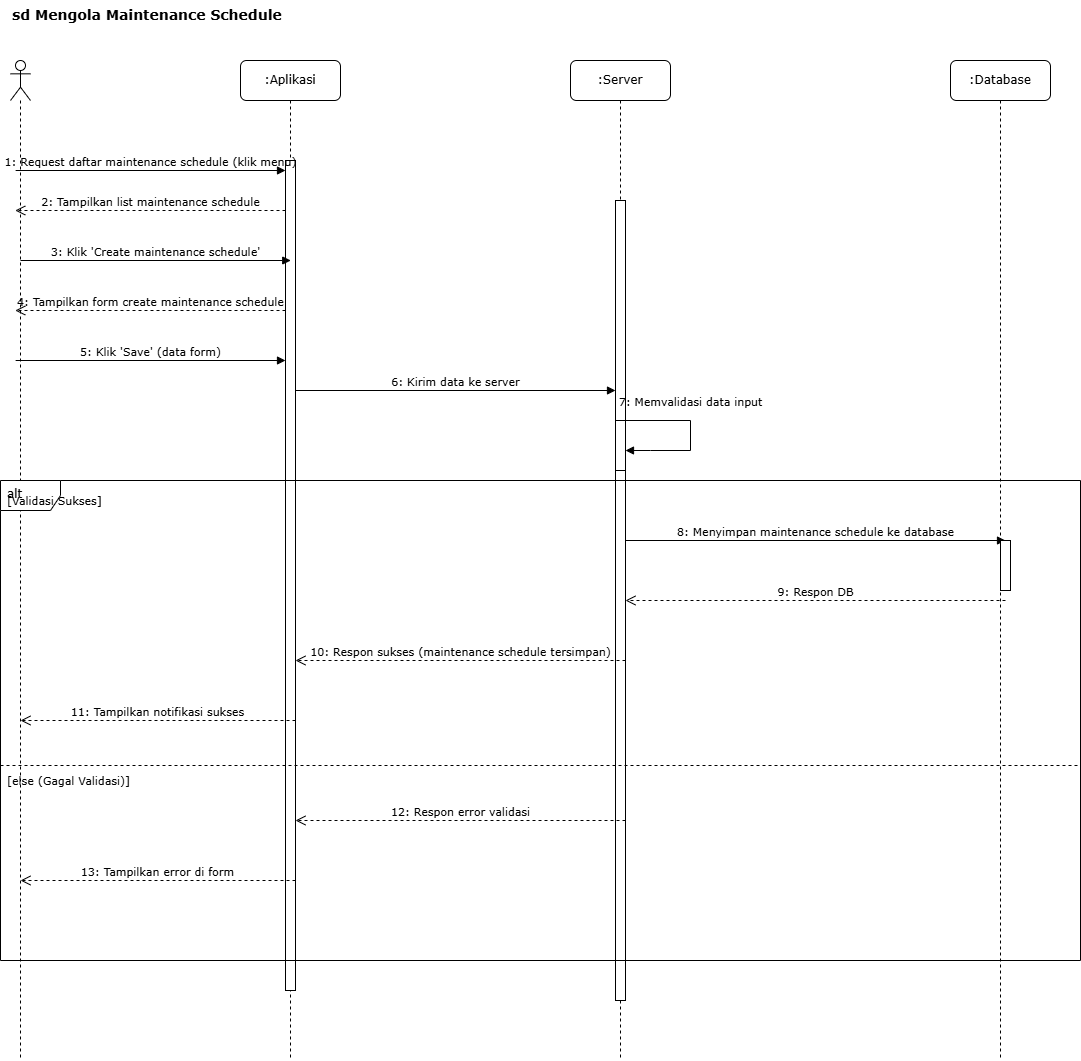
This is Diagram/sequence-diagram-skripsi-mengelola-jadwal-maintenance.drawio.png from Rizz404/SKRIPSI_V2, a draw.io export, as it was before one commit. Source tidied: cells renumbered, new cells last; positions are measured from the earlier drawing's top-left corner, leaving out a move shared by most shapes.
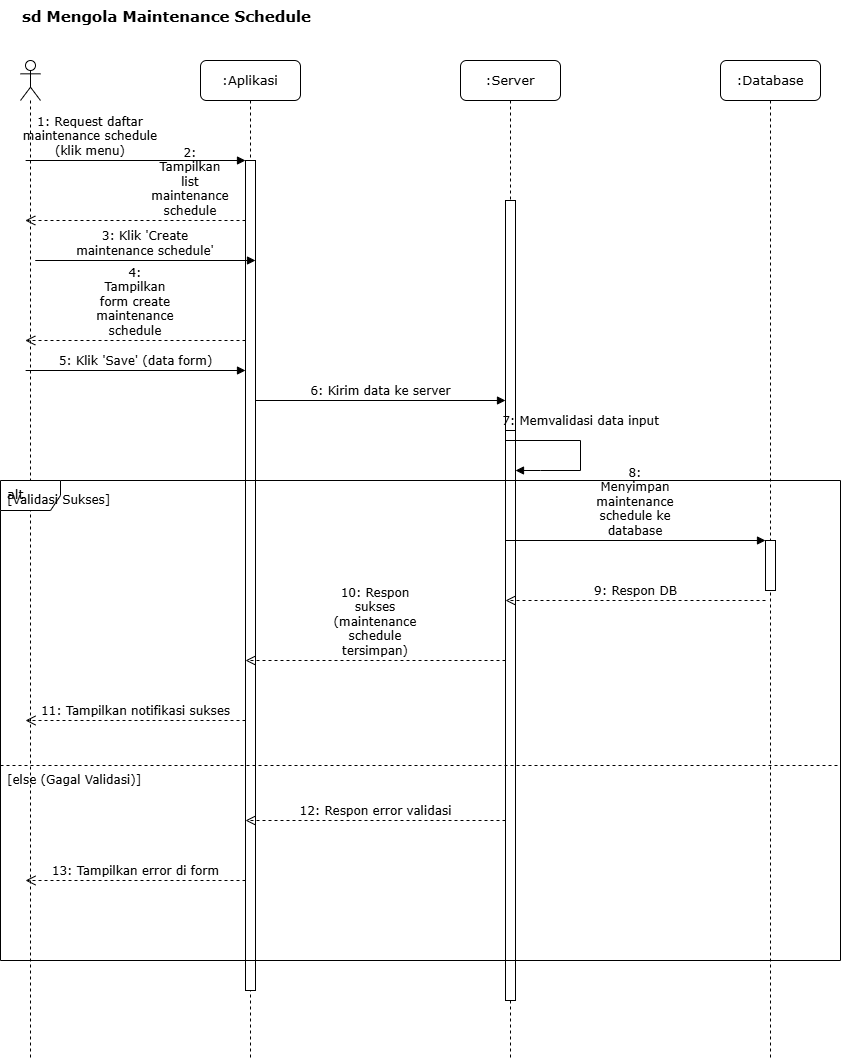
Above is the later version.

What changed in the source:
```diff
@@ -2,128 +2,128 @@
   <root>
     <mxCell id="0" />
     <mxCell id="1" parent="0" />
-    <mxCell id="2" value="sd Mengola Maintenance Schedule" style="text;html=1;strokeColor=none;fillColor=none;align=left;verticalAlign=top;whiteSpace=wrap;rounded=0;fontFamily=Verdana;fontSize=14;fontStyle=1;" parent="1" vertex="1">
-      <mxGeometry x="10" width="500" height="30" as="geometry" />
+    <mxCell id="2" value="sd Mengola Maintenance Schedule" style="text;html=1;strokeColor=none;fillColor=none;align=left;verticalAlign=top;whiteSpace=wrap;rounded=0;fontFamily=Verdana;fontSize=15;fontStyle=1;" parent="1" vertex="1">
+      <mxGeometry x="-70" width="500" height="30" as="geometry" />
     </mxCell>
     <mxCell id="3" style="shape=umlLifeline;perimeter=lifelinePerimeter;whiteSpace=wrap;html=1;newEdgeStyle={&quot;curved&quot;:0,&quot;rounded&quot;:0};participant=umlActor;" parent="1" vertex="1">
-      <mxGeometry x="10" y="60" width="20" height="1000" as="geometry" />
+      <mxGeometry x="-70" y="60" width="20" height="1000" as="geometry" />
     </mxCell>
-    <mxCell id="4" value=":Aplikasi" style="shape=umlLifeline;perimeter=lifelinePerimeter;whiteSpace=wrap;html=1;rounded=1;shadow=0;comic=0;labelBackgroundColor=none;strokeWidth=1;fontFamily=Verdana;fontSize=12;align=center;" parent="1" vertex="1">
-      <mxGeometry x="240" y="60" width="100" height="1000" as="geometry" />
+    <mxCell id="4" value=":Aplikasi" style="shape=umlLifeline;perimeter=lifelinePerimeter;whiteSpace=wrap;html=1;rounded=1;shadow=0;comic=0;labelBackgroundColor=none;strokeWidth=1;fontFamily=Verdana;fontSize=13;align=center;" parent="1" vertex="1">
+      <mxGeometry x="110" y="60" width="100" height="1000" as="geometry" />
     </mxCell>
+    <mxCell id="13" value="5: Klik 'Save' (data form)" style="html=1;verticalAlign=bottom;labelBackgroundColor=none;endArrow=block;rounded=0;fontFamily=Verdana;fontSize=12;" parent="4" edge="1">
+      <mxGeometry relative="1" as="geometry">
+        <mxPoint x="-174.9" y="310" as="sourcePoint" />
+        <mxPoint x="45" y="310" as="targetPoint" />
+      </mxGeometry>
+    </mxCell>
-    <mxCell id="5" value=":Server" style="shape=umlLifeline;perimeter=lifelinePerimeter;whiteSpace=wrap;html=1;rounded=1;shadow=0;comic=0;labelBackgroundColor=none;strokeWidth=1;fontFamily=Verdana;fontSize=12;align=center;" parent="1" vertex="1">
-      <mxGeometry x="570" y="60" width="100" height="1000" as="geometry" />
+    <mxCell id="5" value=":Server" style="shape=umlLifeline;perimeter=lifelinePerimeter;whiteSpace=wrap;html=1;rounded=1;shadow=0;comic=0;labelBackgroundColor=none;strokeWidth=1;fontFamily=Verdana;fontSize=13;align=center;" parent="1" vertex="1">
+      <mxGeometry x="370" y="60" width="100" height="1000" as="geometry" />
     </mxCell>
     <mxCell id="6" style="html=1;perimeter=orthogonalPerimeter;fillColor=#ffffff;strokeColor=#000000;strokeWidth=1;" parent="5" vertex="1">
       <mxGeometry x="45" y="140" width="10" height="800" as="geometry" />
     </mxCell>
+    <mxCell id="15" style="html=1;perimeter=orthogonalPerimeter;fillColor=#ffffff;strokeColor=#000000;strokeWidth=1;" parent="5" vertex="1">
+      <mxGeometry x="45" y="370" width="10" height="50" as="geometry" />
+    </mxCell>
+    <mxCell id="16" value="7: Memvalidasi data input" style="html=1;verticalAlign=bottom;endArrow=block;curved=0;labelBackgroundColor=none;fontFamily=Verdana;fontSize=12;rounded=0;" parent="5" edge="1">
+      <mxGeometry x="-0.12" y="-10" relative="1" as="geometry">
+        <mxPoint x="45" y="380" as="sourcePoint" />
+        <mxPoint x="55" y="410" as="targetPoint" />
+        <Array as="points">
+          <mxPoint x="120" y="380" />
+          <mxPoint x="120" y="410" />
+          <mxPoint x="80" y="410" />
+        </Array>
+        <mxPoint x="10" y="-10" as="offset" />
+      </mxGeometry>
+    </mxCell>
-    <mxCell id="7" value=":Database" style="shape=umlLifeline;perimeter=lifelinePerimeter;whiteSpace=wrap;html=1;rounded=1;shadow=0;comic=0;labelBackgroundColor=none;strokeWidth=1;fontFamily=Verdana;fontSize=12;align=center;" parent="1" vertex="1">
-      <mxGeometry x="950" y="60" width="100" height="1000" as="geometry" />
+    <mxCell id="7" value=":Database" style="shape=umlLifeline;perimeter=lifelinePerimeter;whiteSpace=wrap;html=1;rounded=1;shadow=0;comic=0;labelBackgroundColor=none;strokeWidth=1;fontFamily=Verdana;fontSize=13;align=center;" parent="1" vertex="1">
+      <mxGeometry x="630" y="60" width="100" height="1000" as="geometry" />
     </mxCell>
     <mxCell id="8" style="html=1;perimeter=orthogonalPerimeter;fillColor=#ffffff;strokeColor=#000000;strokeWidth=1;" parent="1" vertex="1">
-      <mxGeometry x="285" y="160" width="10" height="830" as="geometry" />
+      <mxGeometry x="155" y="160" width="10" height="830" as="geometry" />
     </mxCell>
-    <mxCell id="9" value="1: Request daftar maintenance schedule (klik menu)" style="html=1;verticalAlign=bottom;labelBackgroundColor=none;endArrow=block;rounded=0;fontFamily=Verdana;fontSize=11;" parent="1" edge="1">
-      <mxGeometry relative="1" as="geometry">
-        <mxPoint x="15.1" y="170" as="sourcePoint" />
-        <mxPoint x="285" y="170" as="targetPoint" />
+    <mxCell id="9" value="1: Request daftar maintenance schedule (klik menu)" style="html=1;verticalAlign=bottom;labelBackgroundColor=none;endArrow=block;rounded=0;fontFamily=Verdana;fontSize=12;whiteSpace=wrap;" parent="1" edge="1">
+      <mxGeometry x="-0.41" relative="1" as="geometry">
+        <mxPoint x="-64.9" y="160" as="sourcePoint" />
+        <mxPoint x="155" y="160" as="targetPoint" />
       </mxGeometry>
     </mxCell>
-    <mxCell id="10" value="2: Tampilkan list maintenance schedule" style="html=1;verticalAlign=bottom;endArrow=open;dashed=1;endSize=8;labelBackgroundColor=none;fontFamily=Verdana;fontSize=11;" parent="1" edge="1">
-      <mxGeometry relative="1" as="geometry">
-        <mxPoint x="285" y="210" as="sourcePoint" />
-        <mxPoint x="14.8" y="210" as="targetPoint" />
+    <mxCell id="10" value="2: Tampilkan list maintenance schedule" style="html=1;verticalAlign=bottom;endArrow=open;dashed=1;endSize=8;labelBackgroundColor=none;fontFamily=Verdana;fontSize=12;whiteSpace=wrap;" parent="1" edge="1">
+      <mxGeometry x="-0.5" relative="1" as="geometry">
+        <mxPoint x="155" y="220" as="sourcePoint" />
+        <mxPoint x="-65.2" y="220" as="targetPoint" />
       </mxGeometry>
     </mxCell>
-    <mxCell id="11" value="3: Klik 'Create maintenance schedule'" style="html=1;verticalAlign=bottom;labelBackgroundColor=none;endArrow=block;rounded=0;fontFamily=Verdana;fontSize=11;" parent="1" edge="1">
+    <mxCell id="11" value="3: Klik 'Create maintenance schedule'" style="html=1;verticalAlign=bottom;labelBackgroundColor=none;endArrow=block;rounded=0;fontFamily=Verdana;fontSize=12;whiteSpace=wrap;" parent="1" edge="1">
       <mxGeometry relative="1" as="geometry">
-        <mxPoint x="20" y="260" as="sourcePoint" />
-        <mxPoint x="290.2" y="260" as="targetPoint" />
+        <mxPoint x="-55.2" y="260" as="sourcePoint" />
+        <mxPoint x="165" y="260" as="targetPoint" />
       </mxGeometry>
     </mxCell>
-    <mxCell id="12" value="4: Tampilkan form create maintenance schedule" style="html=1;verticalAlign=bottom;endArrow=open;dashed=1;endSize=8;labelBackgroundColor=none;fontFamily=Verdana;fontSize=11;" parent="1" edge="1">
+    <mxCell id="12" value="4: Tampilkan form create maintenance schedule" style="html=1;verticalAlign=bottom;endArrow=open;dashed=1;endSize=8;labelBackgroundColor=none;fontFamily=Verdana;fontSize=12;whiteSpace=wrap;" parent="1" edge="1">
       <mxGeometry relative="1" as="geometry">
-        <mxPoint x="285" y="310" as="sourcePoint" />
-        <mxPoint x="14.8" y="310" as="targetPoint" />
+        <mxPoint x="155" y="340" as="sourcePoint" />
+        <mxPoint x="-65.2" y="340" as="targetPoint" />
       </mxGeometry>
     </mxCell>
-    <mxCell id="13" value="5: Klik 'Save' (data form)" style="html=1;verticalAlign=bottom;labelBackgroundColor=none;endArrow=block;rounded=0;fontFamily=Verdana;fontSize=11;" parent="1" edge="1">
-      <mxGeometry relative="1" as="geometry">
-        <mxPoint x="15.1" y="360" as="sourcePoint" />
-        <mxPoint x="285" y="360" as="targetPoint" />
-      </mxGeometry>
-    </mxCell>
-    <mxCell id="14" value="6: Kirim data ke server" style="html=1;verticalAlign=bottom;endArrow=block;labelBackgroundColor=none;fontFamily=Verdana;fontSize=11;" parent="1" edge="1">
+    <mxCell id="14" value="6: Kirim data ke server" style="html=1;verticalAlign=bottom;endArrow=block;labelBackgroundColor=none;fontFamily=Verdana;fontSize=12;" parent="1" edge="1">
       <mxGeometry relative="1" as="geometry">
-        <mxPoint x="295" y="390" as="sourcePoint" />
-        <mxPoint x="615" y="390" as="targetPoint" />
+        <mxPoint x="165" y="400" as="sourcePoint" />
+        <mxPoint x="415" y="400" as="targetPoint" />
       </mxGeometry>
     </mxCell>
-    <mxCell id="15" style="html=1;perimeter=orthogonalPerimeter;fillColor=#ffffff;strokeColor=#000000;strokeWidth=1;" parent="1" vertex="1">
-      <mxGeometry x="615" y="420" width="10" height="50" as="geometry" />
-    </mxCell>
-    <mxCell id="16" value="7: Memvalidasi data input" style="html=1;verticalAlign=bottom;endArrow=block;curved=0;labelBackgroundColor=none;fontFamily=Verdana;fontSize=11;rounded=0;" parent="1" edge="1">
-      <mxGeometry x="-0.12" y="-10" relative="1" as="geometry">
-        <mxPoint x="615" y="420" as="sourcePoint" />
-        <mxPoint x="625" y="450" as="targetPoint" />
-        <Array as="points">
-          <mxPoint x="690" y="420" />
-          <mxPoint x="690" y="450" />
-          <mxPoint x="650" y="450" />
-        </Array>
-        <mxPoint x="10" y="-10" as="offset" />
-      </mxGeometry>
-    </mxCell>
-    <mxCell id="17" value="alt" style="shape=umlFrame;whiteSpace=wrap;html=1;verticalAlign=top;align=left;spacingLeft=5;fontFamily=Verdana;fontSize=12;" parent="1" vertex="1">
-      <mxGeometry y="480" width="1080" height="480" as="geometry" />
+    <mxCell id="17" value="alt" style="shape=umlFrame;whiteSpace=wrap;html=1;verticalAlign=top;align=left;spacingLeft=5;fontFamily=Verdana;fontSize=13;" parent="1" vertex="1">
+      <mxGeometry x="-90" y="480" width="840" height="480" as="geometry" />
     </mxCell>
-    <mxCell id="18" value="[Validasi Sukses]" style="text;html=1;align=left;verticalAlign=middle;strokeColor=none;fillColor=none;fontFamily=Verdana;fontSize=11;" parent="17" vertex="1">
-      <mxGeometry x="5" y="5" width="110" height="30" as="geometry" />
+    <mxCell id="18" value="[Validasi Sukses]" style="text;html=1;align=left;verticalAlign=middle;strokeColor=none;fillColor=none;fontFamily=Verdana;fontSize=12;" parent="17" vertex="1">
+      <mxGeometry x="5" y="5" width="120" height="30" as="geometry" />
     </mxCell>
-    <mxCell id="19" value="8: Menyimpan maintenance schedule ke database" style="html=1;verticalAlign=bottom;endArrow=block;labelBackgroundColor=none;fontFamily=Verdana;fontSize=11;" parent="17" edge="1">
+    <mxCell id="19" value="8: Menyimpan maintenance schedule ke database" style="html=1;verticalAlign=bottom;endArrow=block;labelBackgroundColor=none;fontFamily=Verdana;fontSize=12;whiteSpace=wrap;" parent="17" edge="1">
       <mxGeometry relative="1" as="geometry">
-        <mxPoint x="625" y="60" as="sourcePoint" />
-        <mxPoint x="1005" y="60" as="targetPoint" />
+        <mxPoint x="505" y="60" as="sourcePoint" />
+        <mxPoint x="765" y="60" as="targetPoint" />
       </mxGeometry>
     </mxCell>
-    <mxCell id="20" value="9: Respon DB" style="html=1;verticalAlign=bottom;endArrow=open;dashed=1;endSize=8;labelBackgroundColor=none;fontFamily=Verdana;fontSize=11;" parent="17" edge="1">
+    <mxCell id="20" value="9: Respon DB" style="html=1;verticalAlign=bottom;endArrow=open;dashed=1;endSize=8;labelBackgroundColor=none;fontFamily=Verdana;fontSize=12;" parent="17" edge="1">
       <mxGeometry relative="1" as="geometry">
-        <mxPoint x="1005" y="120" as="sourcePoint" />
-        <mxPoint x="625" y="120" as="targetPoint" />
+        <mxPoint x="765" y="120" as="sourcePoint" />
+        <mxPoint x="505" y="120" as="targetPoint" />
       </mxGeometry>
     </mxCell>
-    <mxCell id="21" value="10: Respon sukses (maintenance schedule tersimpan)" style="html=1;verticalAlign=bottom;endArrow=open;dashed=1;endSize=8;labelBackgroundColor=none;fontFamily=Verdana;fontSize=11;" parent="17" edge="1">
+    <mxCell id="21" value="10: Respon sukses (maintenance schedule tersimpan)" style="html=1;verticalAlign=bottom;endArrow=open;dashed=1;endSize=8;labelBackgroundColor=none;fontFamily=Verdana;fontSize=12;whiteSpace=wrap;" parent="17" edge="1">
       <mxGeometry relative="1" as="geometry">
-        <mxPoint x="625" y="180" as="sourcePoint" />
-        <mxPoint x="295" y="180" as="targetPoint" />
+        <mxPoint x="505" y="180" as="sourcePoint" />
+        <mxPoint x="245" y="180" as="targetPoint" />
       </mxGeometry>
     </mxCell>
-    <mxCell id="22" value="11: Tampilkan notifikasi sukses" style="html=1;verticalAlign=bottom;endArrow=open;dashed=1;endSize=8;labelBackgroundColor=none;fontFamily=Verdana;fontSize=11;" parent="17" edge="1">
+    <mxCell id="22" value="11: Tampilkan notifikasi sukses" style="html=1;verticalAlign=bottom;endArrow=open;dashed=1;endSize=8;labelBackgroundColor=none;fontFamily=Verdana;fontSize=12;" parent="17" edge="1">
       <mxGeometry relative="1" as="geometry">
-        <mxPoint x="295" y="240" as="sourcePoint" />
-        <mxPoint x="20" y="240" as="targetPoint" />
+        <mxPoint x="245" y="240" as="sourcePoint" />
+        <mxPoint x="25" y="240" as="targetPoint" />
       </mxGeometry>
     </mxCell>
     <mxCell id="23" style="line;html=1;strokeWidth=1;dashed=1;align=center;verticalAlign=middle;" parent="17" vertex="1">
-      <mxGeometry y="280" width="1080" height="10" as="geometry" />
+      <mxGeometry y="280" width="840" height="10" as="geometry" />
     </mxCell>
-    <mxCell id="24" value="[else (Gagal Validasi)]" style="text;html=1;align=left;verticalAlign=middle;strokeColor=none;fillColor=none;fontFamily=Verdana;fontSize=11;" parent="17" vertex="1">
-      <mxGeometry x="5" y="285" width="140" height="30" as="geometry" />
+    <mxCell id="24" value="[else (Gagal Validasi)]" style="text;html=1;align=left;verticalAlign=middle;strokeColor=none;fillColor=none;fontFamily=Verdana;fontSize=12;" parent="17" vertex="1">
+      <mxGeometry x="5" y="285" width="150" height="30" as="geometry" />
     </mxCell>
-    <mxCell id="25" value="12: Respon error validasi" style="html=1;verticalAlign=bottom;endArrow=open;dashed=1;endSize=8;labelBackgroundColor=none;fontFamily=Verdana;fontSize=11;" parent="17" edge="1">
+    <mxCell id="25" value="12: Respon error validasi" style="html=1;verticalAlign=bottom;endArrow=open;dashed=1;endSize=8;labelBackgroundColor=none;fontFamily=Verdana;fontSize=12;" parent="17" edge="1">
       <mxGeometry relative="1" as="geometry">
-        <mxPoint x="625" y="340" as="sourcePoint" />
-        <mxPoint x="295" y="340" as="targetPoint" />
+        <mxPoint x="505" y="340" as="sourcePoint" />
+        <mxPoint x="245" y="340" as="targetPoint" />
       </mxGeometry>
     </mxCell>
-    <mxCell id="26" value="13: Tampilkan error di form" style="html=1;verticalAlign=bottom;endArrow=open;dashed=1;endSize=8;labelBackgroundColor=none;fontFamily=Verdana;fontSize=11;" parent="17" edge="1">
+    <mxCell id="26" value="13: Tampilkan error di form" style="html=1;verticalAlign=bottom;endArrow=open;dashed=1;endSize=8;labelBackgroundColor=none;fontFamily=Verdana;fontSize=12;" parent="17" edge="1">
       <mxGeometry relative="1" as="geometry">
-        <mxPoint x="295" y="400" as="sourcePoint" />
-        <mxPoint x="20" y="400" as="targetPoint" />
+        <mxPoint x="245" y="400" as="sourcePoint" />
+        <mxPoint x="25" y="400" as="targetPoint" />
       </mxGeometry>
     </mxCell>
     <mxCell id="27" style="html=1;perimeter=orthogonalPerimeter;fillColor=#ffffff;strokeColor=#000000;strokeWidth=1;" parent="17" vertex="1">
-      <mxGeometry x="1000" y="60" width="10" height="50" as="geometry" />
+      <mxGeometry x="765" y="60" width="10" height="50" as="geometry" />
     </mxCell>
   </root>
 </mxGraphModel>
```
